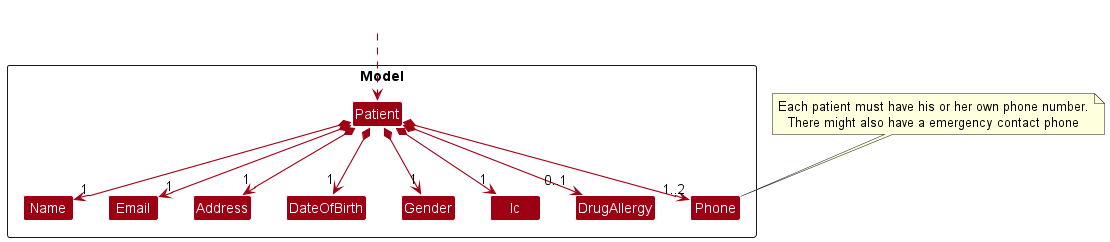
Above: docs/images/PatientModelClassDiagram.png in nus-cs2103-AY2223S2/tp (PlantUML), before the change.
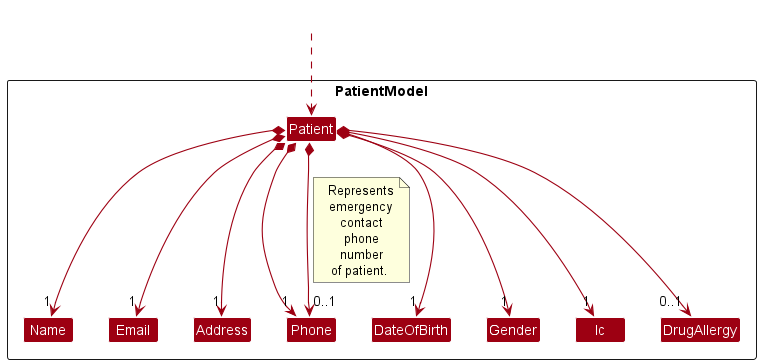
After the change.

Commit message:
Update UML diagram at correct path

Change to the diagram source:
```diff
@@ -4,7 +4,7 @@
 skinparam arrowColor MODEL_COLOR
 skinparam classBackgroundColor MODEL_COLOR
 
-Package Model <<Rectangle>>{
+Package PatientModel <<Rectangle>>{
 Class Patient
 Class Name
 Class Phone
@@ -20,11 +20,16 @@
 HiddenOutside ..> Patient
 
 Patient *--> "1" Name
-Patient *--> "1..2" Phone
-note top of Phone
-    Each patient must have his or her own phone number.
-    There might also have a emergency contact phone
-end note
+Patient *--> "1" Phone
+Patient *--> "0..1" Phone
+note on link
+Represents
+emergency
+contact
+phone
+number
+of patient.
+endnote
 Patient *--> "1" Email
 Patient *--> "1" Address
 Patient *--> "1" DateOfBirth
@@ -34,10 +39,10 @@
 
 Name -[hidden]right-> Email
 Email -[hidden]right-> Address
-Address -[hidden]right-> DateOfBirth
+Address -[hidden]right-> Phone
+Phone -[hidden]right-> DateOfBirth
 DateOfBirth -[hidden]right-> Gender
 Gender -[hidden]right-> Ic
 Ic -[hidden]right-> DrugAllergy
-DrugAllergy -[hidden]right-> Phone
 
 @enduml
```
